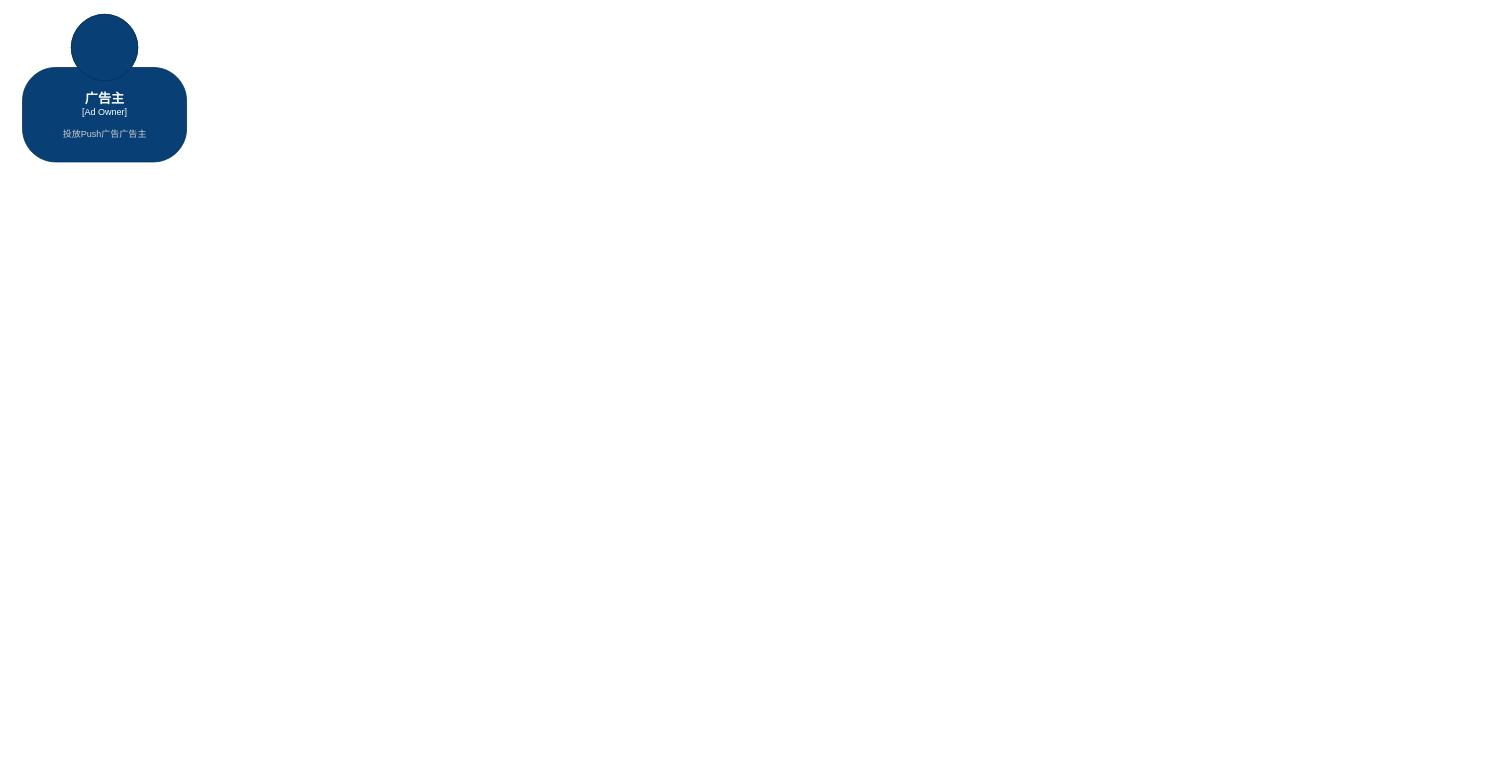
Before: page "Context" (2 of 2) of universal-engine/OPush.drawio in karlchan-cn/drawio-repository, a draw.io diagram. Source tidied: cells renumbered, new cells numbered last; positions are measured from the earlier drawing's top-left corner, leaving out a move shared by most shapes. Both pictures are drawn from the tidied source at 82%, with x=0, y=0 at pixel (22, 14).
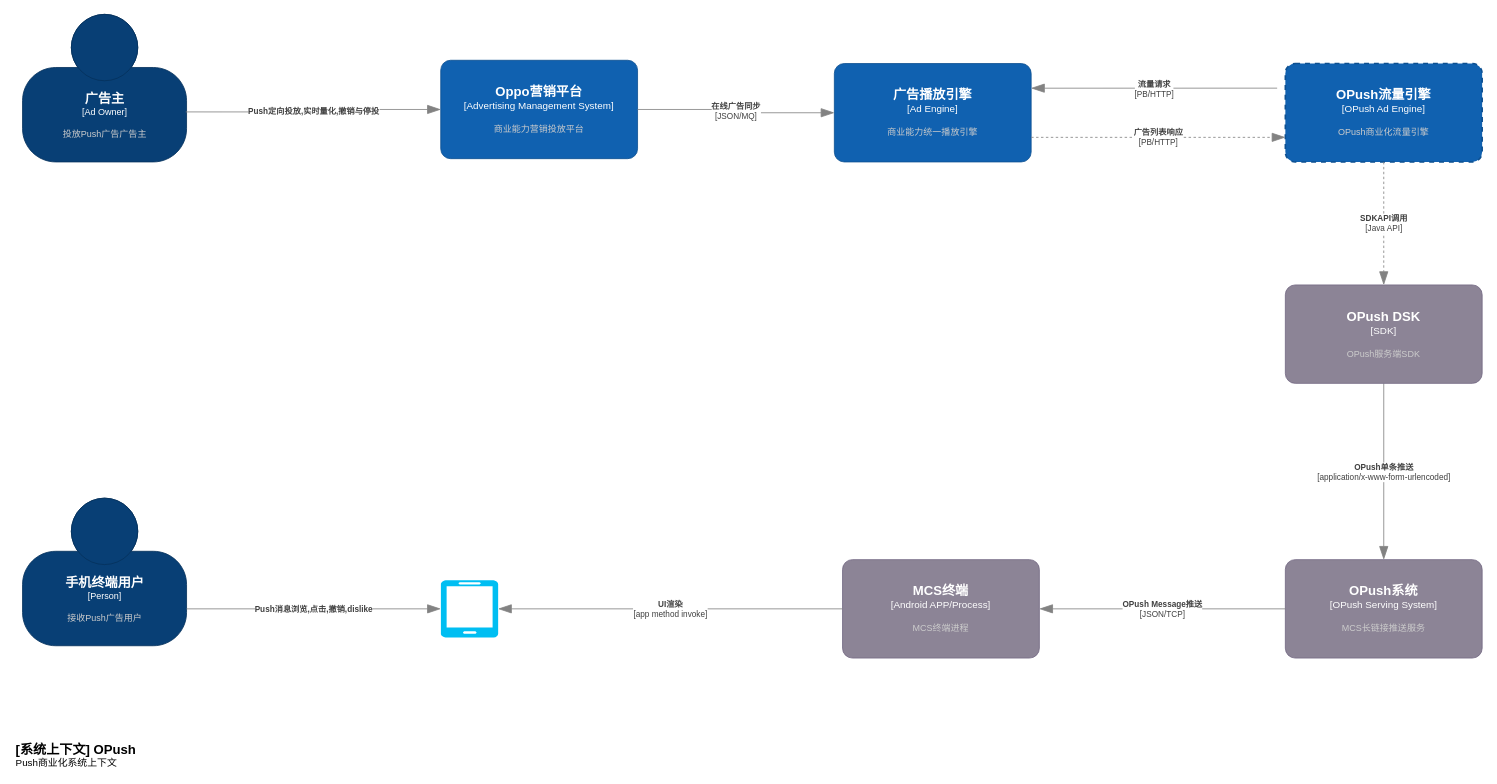
The same page after the edit.

The change refers to these unchanged cells:
```xml
<object id="2" label="&lt;font style=&quot;font-size: 16px&quot;&gt;&lt;b&gt;%c4Name%&lt;/b&gt;&lt;/font&gt;&lt;div&gt;[%c4Type%]&lt;/div&gt;&lt;br&gt;&lt;div&gt;&lt;font style=&quot;font-size: 11px&quot;&gt;&lt;font color=&quot;#cccccc&quot;&gt;%c4Description%&lt;/font&gt;&lt;/div&gt;" c4Description="投放Push广告广告主" c4Name="广告主" c4Type="Ad Owner" placeholders="1">
  <mxCell style="html=1;fontSize=11;dashed=0;whitespace=wrap;fillColor=#083F75;strokeColor=#06315C;fontColor=#ffffff;shape=mxgraph.c4.person2;align=center;points=[[0.5,0,0],[1,0.5,0],[1,0.75,0],[0.75,1,0],[0.5,1,0],[0.25,1,0],[0,0.75,0],[0,0.5,0]];" parent="1" vertex="1">
    <mxGeometry width="200" height="180" as="geometry" />
  </mxCell>
</object>
```

Change to the diagram source:
```diff
@@
+    <object id="3" label="&lt;font style=&quot;font-size: 16px&quot;&gt;&lt;b&gt;%c4Name%&lt;/b&gt;&lt;/font&gt;&lt;div&gt;[%c4Type%]&lt;/div&gt;&lt;br&gt;&lt;div&gt;&lt;font style=&quot;font-size: 11px&quot;&gt;&lt;font color=&quot;#cccccc&quot;&gt;%c4Description%&lt;/font&gt;&lt;/div&gt;" c4Description="接收Push广告用户" c4Name="手机终端用户" c4Type="Person" placeholders="1">
+      <mxCell style="html=1;fontSize=11;dashed=0;whitespace=wrap;fillColor=#083F75;strokeColor=#06315C;fontColor=#ffffff;shape=mxgraph.c4.person2;align=center;points=[[0.5,0,0],[1,0.5,0],[1,0.75,0],[0.75,1,0],[0.5,1,0],[0.25,1,0],[0,0.75,0],[0,0.5,0]];" parent="1" vertex="1">
+        <mxGeometry y="590" width="200" height="180" as="geometry" />
+      </mxCell>
+    </object>
+    <object id="4" label="&lt;font style=&quot;font-size: 16px&quot;&gt;&lt;b&gt;&lt;div style=&quot;text-align: left&quot;&gt;%c4Name%&lt;/div&gt;&lt;/b&gt;&lt;/font&gt;&lt;div style=&quot;text-align: left&quot;&gt;%c4Description%&lt;/div&gt;" c4Description="Push商业化系统上下文" c4Name="[系统上下文] OPush" placeholders="1">
+      <mxCell style="text;html=1;strokeColor=none;fillColor=none;align=left;verticalAlign=top;whiteSpace=wrap;rounded=0;" parent="1" vertex="1">
+        <mxGeometry x="-10" y="880" width="260" height="40" as="geometry" />
+      </mxCell>
+    </object>
+    <object id="5" label="&lt;font style=&quot;font-size: 16px&quot;&gt;&lt;b&gt;%c4Name%&lt;/b&gt;&lt;/font&gt;&lt;div&gt;[%c4Type%]&lt;/div&gt;&lt;br&gt;&lt;div&gt;&lt;font style=&quot;font-size: 11px&quot;&gt;&lt;font color=&quot;#cccccc&quot;&gt;%c4Description%&lt;/font&gt;&lt;/div&gt;" c4Description="商业能力营销投放平台" c4Name="Oppo营销平台" c4Type="Advertising Management System" placeholders="1">
+      <mxCell style="rounded=1;whiteSpace=wrap;html=1;labelBackgroundColor=none;fillColor=#1061B0;fontColor=#ffffff;align=center;arcSize=10;strokeColor=#0D5091;points=[[0.25,0,0],[0.5,0,0],[0.75,0,0],[1,0.25,0],[1,0.5,0],[1,0.75,0],[0.75,1,0],[0.5,1,0],[0.25,1,0],[0,0.75,0],[0,0.5,0],[0,0.25,0]];" parent="1" vertex="1">
+        <mxGeometry x="510" y="56" width="240" height="120" as="geometry" />
+      </mxCell>
+    </object>
+    <object id="6" label="&lt;div style=&quot;text-align: left&quot;&gt;&lt;div style=&quot;text-align: center&quot;&gt;&lt;b&gt;%c4Description%&lt;/b&gt;&lt;/div&gt;" c4Description="Push定向投放,实时量化,撤销与停投" placeholders="1">
+      <mxCell style="endArrow=blockThin;html=1;fontSize=10;fontColor=#404040;strokeWidth=1;endFill=1;strokeColor=#828282;elbow=vertical;endSize=14;startSize=14;jumpStyle=arc;jumpSize=16;rounded=0;edgeStyle=orthogonalEdgeStyle;entryX=0;entryY=0.5;entryDx=0;entryDy=0;entryPerimeter=0;exitX=0.995;exitY=0.661;exitDx=0;exitDy=0;exitPerimeter=0;" parent="1" edge="1" source="2" target="5">
+        <mxGeometry relative="1" as="geometry" />
+      </mxCell>
+    </object>
+    <object id="7" label="&lt;font style=&quot;font-size: 16px&quot;&gt;&lt;b&gt;%c4Name%&lt;/b&gt;&lt;/font&gt;&lt;div&gt;[%c4Type%]&lt;/div&gt;&lt;br&gt;&lt;div&gt;&lt;font style=&quot;font-size: 11px&quot;&gt;&lt;font color=&quot;#cccccc&quot;&gt;%c4Description%&lt;/font&gt;&lt;/div&gt;" c4Description="MCS长链接推送服务" c4Name="OPush系统" c4Type="OPush Serving System" placeholders="1">
+      <mxCell style="rounded=1;whiteSpace=wrap;html=1;labelBackgroundColor=none;fillColor=#8C8496;fontColor=#ffffff;align=center;arcSize=10;strokeColor=#736782;points=[[0.25,0,0],[0.5,0,0],[0.75,0,0],[1,0.25,0],[1,0.5,0],[1,0.75,0],[0.75,1,0],[0.5,1,0],[0.25,1,0],[0,0.75,0],[0,0.5,0],[0,0.25,0]];" parent="1" vertex="1">
+        <mxGeometry x="1540" y="665" width="240" height="120" as="geometry" />
+      </mxCell>
+    </object>
+    <mxCell id="8" style="verticalLabelPosition=bottom;html=1;verticalAlign=top;align=center;strokeColor=none;fillColor=#00BEF2;shape=mxgraph.azure.mobile;" parent="1" vertex="1">
+      <mxGeometry x="510" y="690" width="70" height="70" as="geometry" />
+    </mxCell>
+    <object id="9" label="&lt;div style=&quot;text-align: left&quot;&gt;&lt;div style=&quot;text-align: center&quot;&gt;&lt;b&gt;%c4Description%&lt;/b&gt;&lt;/div&gt;&lt;div style=&quot;text-align: center&quot;&gt;[%c4Technology%]&lt;/div&gt;&lt;/div&gt;" c4Description="OPush Message推送" c4Technology="JSON/TCP" placeholders="1">
+      <mxCell style="endArrow=blockThin;html=1;fontSize=10;fontColor=#404040;strokeWidth=1;endFill=1;strokeColor=#828282;elbow=vertical;endSize=14;startSize=14;jumpStyle=arc;jumpSize=16;rounded=0;edgeStyle=orthogonalEdgeStyle;entryX=1;entryY=0.5;entryDx=0;entryDy=0;entryPerimeter=0;exitX=0;exitY=0.5;exitDx=0;exitDy=0;exitPerimeter=0;" parent="1" edge="1" source="7" target="10">
+        <mxGeometry relative="1" as="geometry" />
+      </mxCell>
+    </object>
+    <object id="10" label="&lt;font style=&quot;font-size: 16px&quot;&gt;&lt;b&gt;%c4Name%&lt;/b&gt;&lt;/font&gt;&lt;div&gt;[%c4Type%]&lt;/div&gt;&lt;br&gt;&lt;div&gt;&lt;font style=&quot;font-size: 11px&quot;&gt;&lt;font color=&quot;#cccccc&quot;&gt;%c4Description%&lt;/font&gt;&lt;/div&gt;" c4Description="MCS终端进程" c4Name="MCS终端" c4Type="Android APP/Process" placeholders="1">
+      <mxCell style="rounded=1;whiteSpace=wrap;html=1;labelBackgroundColor=none;fillColor=#8C8496;fontColor=#ffffff;align=center;arcSize=10;strokeColor=#736782;points=[[0.25,0,0],[0.5,0,0],[0.75,0,0],[1,0.25,0],[1,0.5,0],[1,0.75,0],[0.75,1,0],[0.5,1,0],[0.25,1,0],[0,0.75,0],[0,0.5,0],[0,0.25,0]];" parent="1" vertex="1">
+        <mxGeometry x="1000" y="665" width="240" height="120" as="geometry" />
+      </mxCell>
+    </object>
+    <object id="11" label="&lt;div style=&quot;text-align: left&quot;&gt;&lt;div style=&quot;text-align: center&quot;&gt;&lt;b&gt;%c4Description%&lt;/b&gt;&lt;/div&gt;&lt;div style=&quot;text-align: center&quot;&gt;[%c4Technology%]&lt;/div&gt;&lt;/div&gt;" c4Description="UI渲染" c4Technology="app method invoke" placeholders="1">
+      <mxCell style="endArrow=blockThin;html=1;fontSize=10;fontColor=#404040;strokeWidth=1;endFill=1;strokeColor=#828282;elbow=vertical;endSize=14;startSize=14;jumpStyle=arc;jumpSize=16;rounded=0;edgeStyle=orthogonalEdgeStyle;entryX=1;entryY=0.5;entryDx=0;entryDy=0;entryPerimeter=0;exitX=0;exitY=0.5;exitDx=0;exitDy=0;exitPerimeter=0;" parent="1" edge="1" source="10" target="8">
+        <mxGeometry relative="1" as="geometry" />
+      </mxCell>
+    </object>
+    <object id="12" label="&lt;div style=&quot;text-align: left&quot;&gt;&lt;div style=&quot;text-align: center&quot;&gt;&lt;b&gt;%c4Description%&lt;/b&gt;&lt;/div&gt;" c4Description="Push消息浏览,点击,撤销,dislike" placeholders="1">
+      <mxCell style="endArrow=blockThin;html=1;fontSize=10;fontColor=#404040;strokeWidth=1;endFill=1;strokeColor=#828282;elbow=vertical;endSize=14;startSize=14;jumpStyle=arc;jumpSize=16;rounded=0;edgeStyle=orthogonalEdgeStyle;entryX=0;entryY=0.5;entryDx=0;entryDy=0;entryPerimeter=0;exitX=1;exitY=0.75;exitDx=0;exitDy=0;exitPerimeter=0;" parent="1" edge="1" source="3" target="8">
+        <mxGeometry relative="1" as="geometry" />
+      </mxCell>
+    </object>
+    <object id="13" label="&lt;font style=&quot;font-size: 16px&quot;&gt;&lt;b&gt;%c4Name%&lt;/b&gt;&lt;/font&gt;&lt;div&gt;[%c4Type%]&lt;/div&gt;&lt;br&gt;&lt;div&gt;&lt;font style=&quot;font-size: 11px&quot;&gt;&lt;font color=&quot;#cccccc&quot;&gt;%c4Description%&lt;/font&gt;&lt;/div&gt;" c4Description="OPush商业化流量引擎" c4Name="OPush流量引擎" c4Type="OPush Ad Engine" placeholders="1">
+      <mxCell style="rounded=1;whiteSpace=wrap;html=1;labelBackgroundColor=none;fillColor=#1061B0;fontColor=#ffffff;align=center;arcSize=10;strokeColor=#0D5091;points=[[0.25,0,0],[0.5,0,0],[0.75,0,0],[1,0.25,0],[1,0.5,0],[1,0.75,0],[0.75,1,0],[0.5,1,0],[0.25,1,0],[0,0.75,0],[0,0.5,0],[0,0.25,0]];dashed=1;strokeWidth=2;" parent="1" vertex="1">
+        <mxGeometry x="1540" y="60" width="240" height="120" as="geometry" />
+      </mxCell>
+    </object>
+    <object id="14" label="&lt;font style=&quot;font-size: 16px&quot;&gt;&lt;b&gt;%c4Name%&lt;/b&gt;&lt;/font&gt;&lt;div&gt;[%c4Type%]&lt;/div&gt;&lt;br&gt;&lt;div&gt;&lt;font style=&quot;font-size: 11px&quot;&gt;&lt;font color=&quot;#cccccc&quot;&gt;%c4Description%&lt;/font&gt;&lt;/div&gt;" c4Description="商业能力统一播放引擎" c4Name="广告播放引擎" c4Type="Ad Engine" placeholders="1">
+      <mxCell style="rounded=1;whiteSpace=wrap;html=1;labelBackgroundColor=none;fillColor=#1061B0;fontColor=#ffffff;align=center;arcSize=10;strokeColor=#0D5091;points=[[0.25,0,0],[0.5,0,0],[0.75,0,0],[1,0.25,0],[1,0.5,0],[1,0.75,0],[0.75,1,0],[0.5,1,0],[0.25,1,0],[0,0.75,0],[0,0.5,0],[0,0.25,0]];" parent="1" vertex="1">
+        <mxGeometry x="990" y="60" width="240" height="120" as="geometry" />
+      </mxCell>
+    </object>
+    <object id="15" label="&lt;div style=&quot;text-align: left&quot;&gt;&lt;div style=&quot;text-align: center&quot;&gt;&lt;b&gt;%c4Description%&lt;/b&gt;&lt;/div&gt;&lt;div style=&quot;text-align: center&quot;&gt;[%c4Technology%]&lt;/div&gt;&lt;/div&gt;" c4Description="在线广告同步" c4Technology="JSON/MQ" placeholders="1">
+      <mxCell style="endArrow=blockThin;html=1;fontSize=10;fontColor=#404040;strokeWidth=1;endFill=1;strokeColor=#828282;elbow=vertical;endSize=14;startSize=14;jumpStyle=arc;jumpSize=16;rounded=0;edgeStyle=orthogonalEdgeStyle;entryX=0;entryY=0.5;entryDx=0;entryDy=0;entryPerimeter=0;" parent="1" edge="1" source="5" target="14">
+        <mxGeometry relative="1" as="geometry" />
+      </mxCell>
+    </object>
+    <object id="16" label="&lt;div style=&quot;text-align: left&quot;&gt;&lt;div style=&quot;text-align: center&quot;&gt;&lt;b&gt;%c4Description%&lt;/b&gt;&lt;/div&gt;&lt;div style=&quot;text-align: center&quot;&gt;[%c4Technology%]&lt;/div&gt;&lt;/div&gt;" c4Description="流量请求" c4Technology="PB/HTTP" placeholders="1">
+      <mxCell style="endArrow=blockThin;html=1;fontSize=10;fontColor=#404040;strokeWidth=1;endFill=1;strokeColor=#828282;elbow=vertical;endSize=14;startSize=14;jumpStyle=arc;jumpSize=16;rounded=0;edgeStyle=orthogonalEdgeStyle;entryX=1;entryY=0.25;entryDx=0;entryDy=0;entryPerimeter=0;" parent="1" edge="1" target="14">
+        <mxGeometry relative="1" as="geometry">
+          <mxPoint x="1530" y="90" as="sourcePoint" />
+        </mxGeometry>
+      </mxCell>
+    </object>
+    <object id="17" label="&lt;div style=&quot;text-align: left&quot;&gt;&lt;div style=&quot;text-align: center&quot;&gt;&lt;b&gt;%c4Description%&lt;/b&gt;&lt;/div&gt;&lt;div style=&quot;text-align: center&quot;&gt;[%c4Technology%]&lt;/div&gt;&lt;/div&gt;" c4Description="OPush单条推送" c4Technology="application/x-www-form-urlencoded" placeholders="1">
+      <mxCell style="endArrow=blockThin;html=1;fontSize=10;fontColor=#404040;strokeWidth=1;endFill=1;strokeColor=#828282;elbow=vertical;endSize=14;startSize=14;jumpStyle=arc;jumpSize=16;rounded=0;edgeStyle=orthogonalEdgeStyle;entryX=0.5;entryY=0;entryDx=0;entryDy=0;entryPerimeter=0;exitX=0.5;exitY=1;exitDx=0;exitDy=0;exitPerimeter=0;" parent="1" edge="1" source="18" target="7">
+        <mxGeometry relative="1" as="geometry" />
+      </mxCell>
+    </object>
+    <object id="18" label="&lt;font style=&quot;font-size: 16px&quot;&gt;&lt;b&gt;%c4Name%&lt;/b&gt;&lt;/font&gt;&lt;div&gt;[%c4Type%]&lt;/div&gt;&lt;br&gt;&lt;div&gt;&lt;font style=&quot;font-size: 11px&quot;&gt;&lt;font color=&quot;#cccccc&quot;&gt;%c4Description%&lt;/font&gt;&lt;/div&gt;" c4Description="OPush服务端SDK" c4Name="OPush DSK" c4Type="SDK" placeholders="1">
+      <mxCell style="rounded=1;whiteSpace=wrap;html=1;labelBackgroundColor=none;fillColor=#8C8496;fontColor=#ffffff;align=center;arcSize=10;strokeColor=#736782;points=[[0.25,0,0],[0.5,0,0],[0.75,0,0],[1,0.25,0],[1,0.5,0],[1,0.75,0],[0.75,1,0],[0.5,1,0],[0.25,1,0],[0,0.75,0],[0,0.5,0],[0,0.25,0]];" parent="1" vertex="1">
+        <mxGeometry x="1540" y="330" width="240" height="120" as="geometry" />
+      </mxCell>
+    </object>
+    <object id="19" label="&lt;div style=&quot;text-align: left&quot;&gt;&lt;div style=&quot;text-align: center&quot;&gt;&lt;b&gt;%c4Description%&lt;/b&gt;&lt;/div&gt;&lt;div style=&quot;text-align: center&quot;&gt;[%c4Technology%]&lt;/div&gt;&lt;/div&gt;" c4Description="广告列表响应" c4Technology="PB/HTTP" placeholders="1">
+      <mxCell style="endArrow=blockThin;html=1;fontSize=10;fontColor=#404040;strokeWidth=1;endFill=1;strokeColor=#828282;elbow=vertical;endSize=14;startSize=14;jumpStyle=arc;jumpSize=16;rounded=0;edgeStyle=orthogonalEdgeStyle;entryX=0;entryY=0.75;entryDx=0;entryDy=0;entryPerimeter=0;exitX=1;exitY=0.75;exitDx=0;exitDy=0;exitPerimeter=0;dashed=1;" parent="1" edge="1" source="14" target="13">
+        <mxGeometry relative="1" as="geometry" />
+      </mxCell>
+    </object>
+    <object id="20" label="&lt;div style=&quot;text-align: left&quot;&gt;&lt;div style=&quot;text-align: center&quot;&gt;&lt;b&gt;%c4Description%&lt;/b&gt;&lt;/div&gt;&lt;div style=&quot;text-align: center&quot;&gt;[%c4Technology%]&lt;/div&gt;&lt;/div&gt;" c4Description="SDKAPI调用" c4Technology="Java API" placeholders="1">
+      <mxCell style="endArrow=blockThin;html=1;fontSize=10;fontColor=#404040;strokeWidth=1;endFill=1;strokeColor=#828282;elbow=vertical;endSize=14;startSize=14;jumpStyle=arc;jumpSize=16;rounded=0;edgeStyle=orthogonalEdgeStyle;dashed=1;exitX=0.5;exitY=1;exitDx=0;exitDy=0;exitPerimeter=0;" parent="1" edge="1" source="13" target="18">
+        <mxGeometry relative="1" as="geometry" />
+      </mxCell>
+    </object>
```
